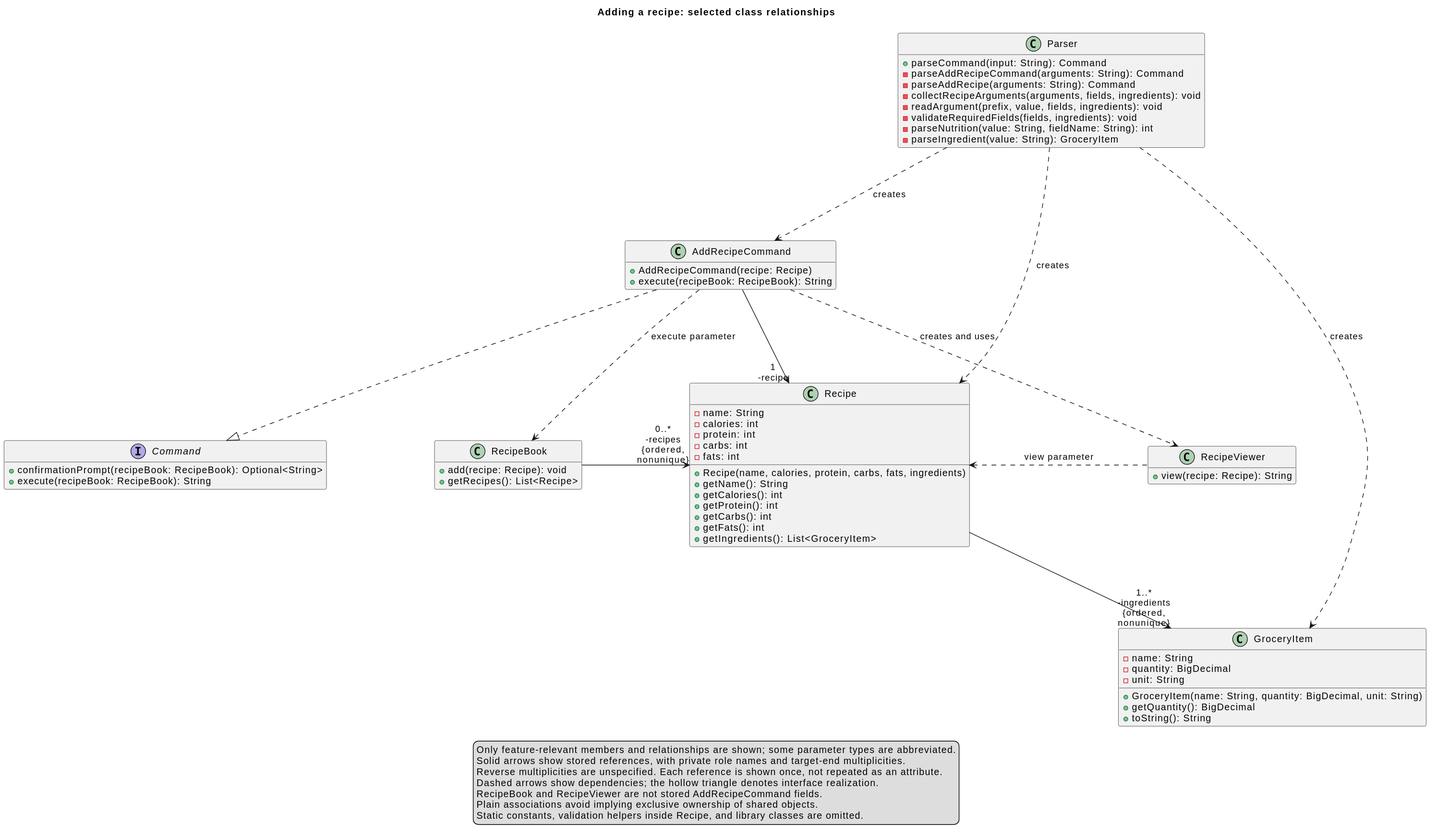
Before: docs/images/add-recipe/classes.svg, a diagram exported from PlantUML (AY2627S1-CS2113-W13-4/tp). Its source is kept beside it as docs/diagrams/add-recipe/classes.puml.
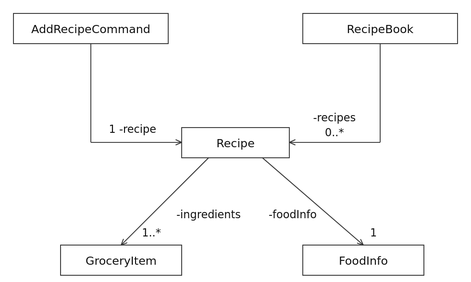
Later version of the same file.

Commit message:
docs: simplify add-recipe design and UML for readability

Diff of the diagram source:
```diff
@@ -1,77 +1,20 @@
 @startuml
 !pragma layout smetana
-title Adding a recipe: selected class relationships
+skinparam backgroundColor white
+skinparam defaultFontName SansSerif
+skinparam defaultFontSize 17
+skinparam shadowing false
+skinparam monochrome true
 top to bottom direction
-skinparam nodesep 160
-skinparam ranksep 120
+hide circle
 hide empty members
-
-class Parser {
-  + parseCommand(input: String): Command
-  - parseAddRecipeCommand(arguments: String): Command
-  - parseAddRecipe(arguments: String): Command
-  - collectRecipeArguments(arguments, fields, ingredients): void
-  - readArgument(prefix, value, fields, ingredients): void
-  - validateRequiredFields(fields, ingredients): void
-  - parseNutrition(value: String, fieldName: String): int
-  - parseIngredient(value: String): GroceryItem
-}
-interface Command {
-  + confirmationPrompt(recipeBook: RecipeBook): Optional<String>
-  + execute(recipeBook: RecipeBook): String
-}
-class AddRecipeCommand {
-  + AddRecipeCommand(recipe: Recipe)
-  + execute(recipeBook: RecipeBook): String
-}
-class RecipeViewer {
-  + view(recipe: Recipe): String
-}
-class RecipeBook {
-  + add(recipe: Recipe): void
-  + getRecipes(): List<Recipe>
-}
-class Recipe {
-  - name: String
-  - calories: int
-  - protein: int
-  - carbs: int
-  - fats: int
-  + Recipe(name, calories, protein, carbs, fats, ingredients)
-  + getName(): String
-  + getCalories(): int
-  + getProtein(): int
-  + getCarbs(): int
-  + getFats(): int
-  + getIngredients(): List<GroceryItem>
-}
-class GroceryItem {
-  - name: String
-  - quantity: BigDecimal
-  - unit: String
-  + GroceryItem(name: String, quantity: BigDecimal, unit: String)
-  + getQuantity(): BigDecimal
-  + toString(): String
-}
-
-Parser ..> AddRecipeCommand : creates
-Parser ..> Recipe : creates
-Parser ..> GroceryItem : creates
-AddRecipeCommand ..|> Command
-AddRecipeCommand -down-> "1\n-recipe" Recipe
-AddRecipeCommand ..> RecipeBook : execute parameter
-AddRecipeCommand ..> RecipeViewer : creates and uses
-RecipeViewer .left.> Recipe : view parameter
-RecipeBook -right-> "0..*\n-recipes\n{ordered,\nnonunique}" Recipe
-Recipe -down-> "1..*\n-ingredients\n{ordered,\nnonunique}" GroceryItem
-
-legend bottom
-  Only feature-relevant members and relationships are shown; some parameter types are abbreviated.
-  Solid arrows show stored references, with private role names and target-end multiplicities.
-  Reverse multiplicities are unspecified. Each reference is shown once, not repeated as an attribute.
-  Dashed arrows show dependencies; the hollow triangle denotes interface realization.
-  RecipeBook and RecipeViewer are not stored AddRecipeCommand fields.
-  Plain associations avoid implying exclusive ownership of shared objects.
-  Static constants, validation helpers inside Recipe, and library classes are omitted.
-endlegend
+class AddRecipeCommand
+class RecipeBook
+class Recipe
+class GroceryItem
+class FoodInfo
+AddRecipeCommand --> "1\n-recipe" Recipe
+RecipeBook --> "0..*\n-recipes" Recipe
+Recipe --> "1..*\n-ingredients" GroceryItem
+Recipe --> "1\n-foodInfo" FoodInfo
 @enduml
```
